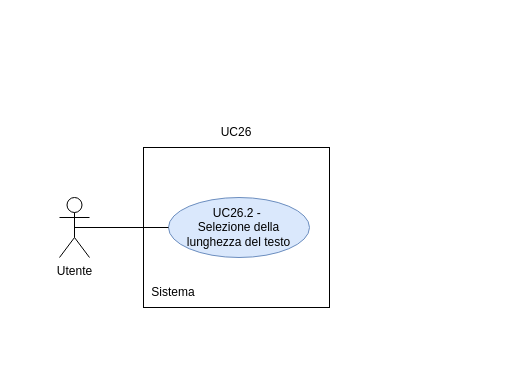
thebitless-group-swe/thebitless.github.io keeps this draw.io diagram as RTB/doc_esterna/analisi-dei-requisiti/assets/draw.io/UC26.2.drawio. Above is the earlier version. Source tidied: cells renumbered, new cells numbered last; positions are measured from the earlier drawing's top-left corner, leaving out a move shared by most shapes. Both pictures are drawn from the tidied source at 100%, with x=0, y=0 at pixel (59, 117).
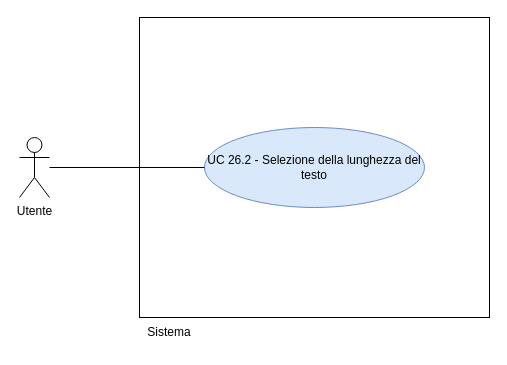
The same page after the edit.

Diff of the diagram source:
```diff
@@
 <mxGraphModel>
   <root>
     <mxCell id="0" />
     <mxCell id="1" parent="0" />
-    <mxCell id="2" style="rounded=0;whiteSpace=wrap;html=1;" parent="1" vertex="1">
-      <mxGeometry x="84" y="30" width="186" height="160" as="geometry" />
-    </mxCell>
     <mxCell id="3" value="Utente" style="shape=umlActor;verticalLabelPosition=bottom;verticalAlign=top;html=1;outlineConnect=0;" parent="1" vertex="1">
-      <mxGeometry y="80" width="30" height="60" as="geometry" />
+      <mxGeometry x="-40" y="20" width="30" height="60" as="geometry" />
     </mxCell>
-    <mxCell id="4" value="UC26.2 -&amp;nbsp;&lt;div&gt;Selezione della lunghezza del testo&lt;/div&gt;" style="ellipse;whiteSpace=wrap;html=1;fillColor=#dae8fc;strokeColor=#6c8ebf;" parent="1" vertex="1">
-      <mxGeometry x="109" y="80" width="141" height="60" as="geometry" />
-    </mxCell>
-    <mxCell id="5" style="endArrow=none;html=1;rounded=0;exitX=0.5;exitY=0.5;exitDx=0;exitDy=0;exitPerimeter=0;entryX=0;entryY=0.5;entryDx=0;entryDy=0;" parent="1" edge="1" source="3" target="4">
-      <mxGeometry relative="1" as="geometry" />
-    </mxCell>
-    <mxCell id="6" value="UC26" style="text;html=1;whiteSpace=wrap;strokeColor=none;fillColor=none;align=center;verticalAlign=middle;rounded=0;" parent="1" vertex="1">
-      <mxGeometry x="147" width="60" height="30" as="geometry" />
-    </mxCell>
+    <mxCell id="8" style="whiteSpace=wrap;html=1;" parent="1" vertex="1">
+      <mxGeometry x="80" y="-100" width="350" height="300" as="geometry" />
+    </mxCell>
     <mxCell id="7" value="Sistema" style="text;html=1;whiteSpace=wrap;strokeColor=none;fillColor=none;align=center;verticalAlign=middle;rounded=0;" parent="1" vertex="1">
-      <mxGeometry x="84" y="160" width="60" height="30" as="geometry" />
+      <mxGeometry x="80" y="200" width="60" height="30" as="geometry" />
     </mxCell>
+    <mxCell id="9" value="UC 26.2 - Selezione della lunghezza del testo" style="ellipse;whiteSpace=wrap;html=1;fillColor=#dae8fc;strokeColor=#6c8ebf;" parent="1" vertex="1">
+      <mxGeometry x="145" y="10" width="220" height="80" as="geometry" />
+    </mxCell>
+    <mxCell id="10" style="edgeStyle=none;rounded=0;jettySize=auto;html=1;endArrow=none;endFill=0;" parent="1" edge="1" source="3" target="9">
+      <mxGeometry relative="1" as="geometry" />
+    </mxCell>
   </root>
 </mxGraphModel>
```
